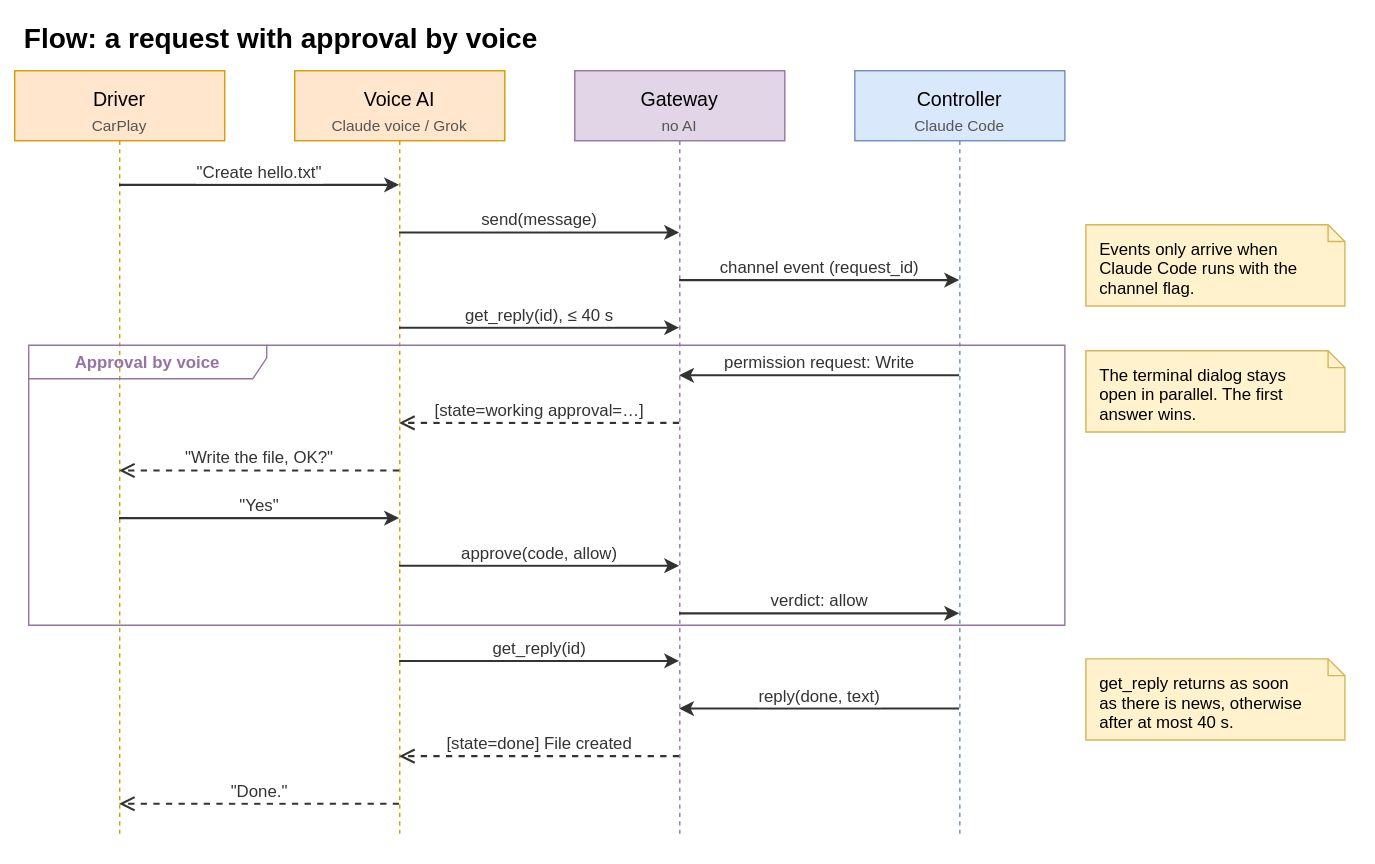
alderg/cc-voice-gateway keeps this draw.io diagram as docs/request-flow.drawio.svg. Above is the earlier version. Source tidied: cells renumbered, new cells last; positions are measured from the earlier drawing's top-left corner, leaving out a move shared by most shapes.
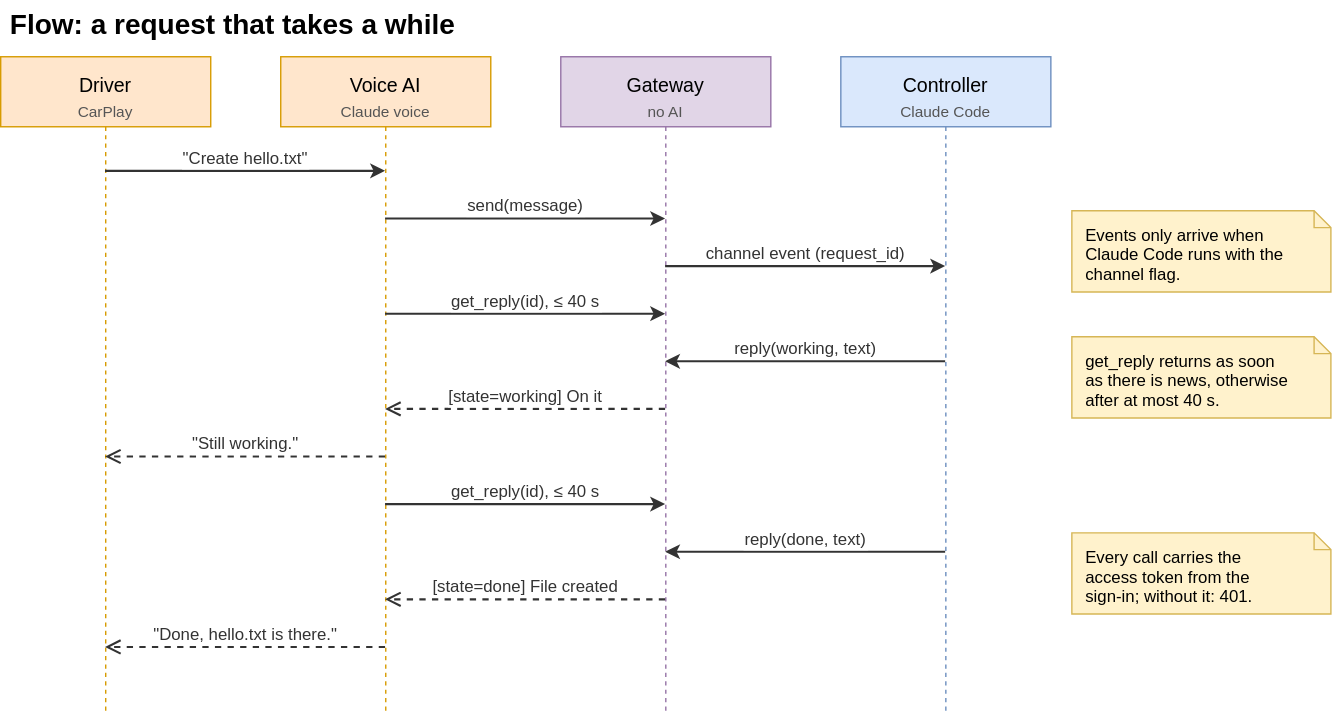
After the commit.

Change to the diagram source:
```diff
@@ -2,44 +2,41 @@
   <root>
     <mxCell id="0" />
     <mxCell id="1" parent="0" />
-    <mxCell id="2" value="Flow: a request with approval by voice" style="text;html=0;fontSize=20;align=left;verticalAlign=middle;strokeColor=none;fillColor=none;fontStyle=1;fontColor=#000000;" parent="1" vertex="1">
+    <mxCell id="2" value="Flow: a request that takes a while" style="text;html=0;fontSize=20;align=left;verticalAlign=middle;strokeColor=none;fillColor=none;fontStyle=1;fontColor=#000000;" parent="1" vertex="1">
       <mxGeometry x="5" width="920" height="30" as="geometry" />
     </mxCell>
     <mxCell id="3" value="Driver" style="shape=umlLifeline;perimeter=lifelinePerimeter;size=50;html=0;fontSize=14;fillColor=#ffe6cc;strokeColor=#d79b00;verticalAlign=top;spacingTop=6.5;" parent="1" vertex="1">
-      <mxGeometry y="40" width="150" height="545" as="geometry" />
+      <mxGeometry y="40" width="150" height="470" as="geometry" />
     </mxCell>
     <mxCell id="4" value="CarPlay" style="text;html=0;fontSize=11;fontColor=#555555;align=center;verticalAlign=top;spacing=0;strokeColor=none;fillColor=none;" parent="3" vertex="1">
       <mxGeometry y="28.3" width="150" height="13.2" as="geometry" />
     </mxCell>
     <mxCell id="5" value="Voice AI" style="shape=umlLifeline;perimeter=lifelinePerimeter;size=50;html=0;fontSize=14;fillColor=#ffe6cc;strokeColor=#d79b00;verticalAlign=top;spacingTop=6.5;" parent="1" vertex="1">
-      <mxGeometry x="200" y="40" width="150" height="545" as="geometry" />
+      <mxGeometry x="200" y="40" width="150" height="470" as="geometry" />
     </mxCell>
-    <mxCell id="6" value="Claude voice / Grok" style="text;html=0;fontSize=11;fontColor=#555555;align=center;verticalAlign=top;spacing=0;strokeColor=none;fillColor=none;" parent="5" vertex="1">
+    <mxCell id="6" value="Claude voice" style="text;html=0;fontSize=11;fontColor=#555555;align=center;verticalAlign=top;spacing=0;strokeColor=none;fillColor=none;" parent="5" vertex="1">
       <mxGeometry y="28.3" width="150" height="13.2" as="geometry" />
     </mxCell>
     <mxCell id="7" value="Gateway" style="shape=umlLifeline;perimeter=lifelinePerimeter;size=50;html=0;fontSize=14;fillColor=#e1d5e7;strokeColor=#9673a6;verticalAlign=top;spacingTop=6.5;" parent="1" vertex="1">
-      <mxGeometry x="400" y="40" width="150" height="545" as="geometry" />
+      <mxGeometry x="400" y="40" width="150" height="470" as="geometry" />
     </mxCell>
     <mxCell id="8" value="no AI" style="text;html=0;fontSize=11;fontColor=#555555;align=center;verticalAlign=top;spacing=0;strokeColor=none;fillColor=none;" parent="7" vertex="1">
       <mxGeometry y="28.3" width="150" height="13.2" as="geometry" />
     </mxCell>
     <mxCell id="9" value="Controller" style="shape=umlLifeline;perimeter=lifelinePerimeter;size=50;html=0;fontSize=14;fillColor=#dae8fc;strokeColor=#6c8ebf;verticalAlign=top;spacingTop=6.5;" parent="1" vertex="1">
-      <mxGeometry x="600" y="40" width="150" height="545" as="geometry" />
+      <mxGeometry x="600" y="40" width="150" height="470" as="geometry" />
     </mxCell>
     <mxCell id="10" value="Claude Code" style="text;html=0;fontSize=11;fontColor=#555555;align=center;verticalAlign=top;spacing=0;strokeColor=none;fillColor=none;" parent="9" vertex="1">
       <mxGeometry y="28.3" width="150" height="13.2" as="geometry" />
     </mxCell>
-    <mxCell id="11" value="Approval by voice" style="shape=umlFrame;html=0;width=170;height=24;fillColor=none;strokeColor=#9673a6;fontSize=12;fontStyle=1;fontColor=#9673a6;" parent="1" vertex="1">
-      <mxGeometry x="10" y="236" width="740" height="200" as="geometry" />
-    </mxCell>
     <mxCell id="12" value="Events only arrive when&#10;Claude Code runs with the&#10;channel flag." style="shape=note;size=12;html=0;fontSize=12;align=left;verticalAlign=top;spacingLeft=8;spacingTop=4;fillColor=#fff2cc;strokeColor=#d6b656;" parent="1" vertex="1">
       <mxGeometry x="765" y="150" width="185" height="58" as="geometry" />
     </mxCell>
-    <mxCell id="13" value="The terminal dialog stays&#10;open in parallel. The first&#10;answer wins." style="shape=note;size=12;html=0;fontSize=12;align=left;verticalAlign=top;spacingLeft=8;spacingTop=4;fillColor=#fff2cc;strokeColor=#d6b656;" parent="1" vertex="1">
-      <mxGeometry x="765" y="240" width="185" height="58" as="geometry" />
+    <mxCell id="13" value="Every call carries the&#10;access token from the&#10;sign-in; without it: 401." style="shape=note;size=12;html=0;fontSize=12;align=left;verticalAlign=top;spacingLeft=8;spacingTop=4;fillColor=#fff2cc;strokeColor=#d6b656;" parent="1" vertex="1">
+      <mxGeometry x="765" y="380" width="185" height="58" as="geometry" />
     </mxCell>
     <mxCell id="14" value="get_reply returns as soon&#10;as there is news, otherwise&#10;after at most 40 s." style="shape=note;size=12;html=0;fontSize=12;align=left;verticalAlign=top;spacingLeft=8;spacingTop=4;fillColor=#fff2cc;strokeColor=#d6b656;" parent="1" vertex="1">
-      <mxGeometry x="765" y="460" width="185" height="58" as="geometry" />
+      <mxGeometry x="765" y="240" width="185" height="58" as="geometry" />
     </mxCell>
     <mxCell id="15" value="&quot;Create hello.txt&quot;" style="edgeStyle=none;rounded=0;html=0;endArrow=classic;endFill=1;startArrow=none;strokeColor=#333333;strokeWidth=1.5;fontSize=12;fontColor=#333333;labelBackgroundColor=#ffffff;" parent="1" edge="1">
       <mxGeometry relative="1" as="geometry">
@@ -69,75 +66,54 @@
         <mxPoint y="-10" as="offset" />
       </mxGeometry>
     </mxCell>
-    <mxCell id="19" value="permission request: Write" style="edgeStyle=none;rounded=0;html=0;endArrow=classic;endFill=1;startArrow=none;strokeColor=#333333;strokeWidth=1.5;fontSize=12;fontColor=#333333;labelBackgroundColor=#ffffff;" parent="1" edge="1">
+    <mxCell id="19" value="reply(working, text)" style="edgeStyle=none;rounded=0;html=0;endArrow=classic;endFill=1;startArrow=none;strokeColor=#333333;strokeWidth=1.5;fontSize=12;fontColor=#333333;labelBackgroundColor=#ffffff;" parent="1" edge="1">
       <mxGeometry relative="1" as="geometry">
         <mxPoint x="675" y="258" as="sourcePoint" />
         <mxPoint x="475" y="258" as="targetPoint" />
         <mxPoint y="-10" as="offset" />
       </mxGeometry>
     </mxCell>
-    <mxCell id="20" value="[state=working approval=…]" style="edgeStyle=none;rounded=0;html=0;endArrow=open;endFill=0;endSize=8;startArrow=none;strokeColor=#333333;strokeWidth=1.5;fontSize=12;fontColor=#333333;labelBackgroundColor=#ffffff;dashed=1;" parent="1" edge="1">
+    <mxCell id="20" value="[state=working] On it" style="edgeStyle=none;rounded=0;html=0;endArrow=open;endFill=0;endSize=8;startArrow=none;strokeColor=#333333;strokeWidth=1.5;fontSize=12;fontColor=#333333;labelBackgroundColor=#ffffff;dashed=1;" parent="1" edge="1">
       <mxGeometry relative="1" as="geometry">
         <mxPoint x="475" y="292" as="sourcePoint" />
         <mxPoint x="275" y="292" as="targetPoint" />
         <mxPoint y="-10" as="offset" />
       </mxGeometry>
     </mxCell>
-    <mxCell id="21" value="&quot;Write the file, OK?&quot;" style="edgeStyle=none;rounded=0;html=0;endArrow=open;endFill=0;endSize=8;startArrow=none;strokeColor=#333333;strokeWidth=1.5;fontSize=12;fontColor=#333333;labelBackgroundColor=#ffffff;dashed=1;" parent="1" edge="1">
+    <mxCell id="21" value="&quot;Still working.&quot;" style="edgeStyle=none;rounded=0;html=0;endArrow=open;endFill=0;endSize=8;startArrow=none;strokeColor=#333333;strokeWidth=1.5;fontSize=12;fontColor=#333333;labelBackgroundColor=#ffffff;dashed=1;" parent="1" edge="1">
       <mxGeometry relative="1" as="geometry">
         <mxPoint x="275" y="326" as="sourcePoint" />
         <mxPoint x="75" y="326" as="targetPoint" />
         <mxPoint y="-10" as="offset" />
       </mxGeometry>
     </mxCell>
-    <mxCell id="22" value="&quot;Yes&quot;" style="edgeStyle=none;rounded=0;html=0;endArrow=classic;endFill=1;startArrow=none;strokeColor=#333333;strokeWidth=1.5;fontSize=12;fontColor=#333333;labelBackgroundColor=#ffffff;" parent="1" edge="1">
+    <mxCell id="22" value="get_reply(id), ≤ 40 s" style="edgeStyle=none;rounded=0;html=0;endArrow=classic;endFill=1;startArrow=none;strokeColor=#333333;strokeWidth=1.5;fontSize=12;fontColor=#333333;labelBackgroundColor=#ffffff;" parent="1" edge="1">
       <mxGeometry relative="1" as="geometry">
-        <mxPoint x="75" y="360" as="sourcePoint" />
-        <mxPoint x="275" y="360" as="targetPoint" />
+        <mxPoint x="275" y="360" as="sourcePoint" />
+        <mxPoint x="475" y="360" as="targetPoint" />
         <mxPoint y="-10" as="offset" />
       </mxGeometry>
     </mxCell>
-    <mxCell id="23" value="approve(code, allow)" style="edgeStyle=none;rounded=0;html=0;endArrow=classic;endFill=1;startArrow=none;strokeColor=#333333;strokeWidth=1.5;fontSize=12;fontColor=#333333;labelBackgroundColor=#ffffff;" parent="1" edge="1">
+    <mxCell id="23" value="reply(done, text)" style="edgeStyle=none;rounded=0;html=0;endArrow=classic;endFill=1;startArrow=none;strokeColor=#333333;strokeWidth=1.5;fontSize=12;fontColor=#333333;labelBackgroundColor=#ffffff;" parent="1" edge="1">
       <mxGeometry relative="1" as="geometry">
-        <mxPoint x="275" y="394" as="sourcePoint" />
+        <mxPoint x="675" y="394" as="sourcePoint" />
         <mxPoint x="475" y="394" as="targetPoint" />
         <mxPoint y="-10" as="offset" />
       </mxGeometry>
     </mxCell>
-    <mxCell id="24" value="verdict: allow" style="edgeStyle=none;rounded=0;html=0;endArrow=classic;endFill=1;startArrow=none;strokeColor=#333333;strokeWidth=1.5;fontSize=12;fontColor=#333333;labelBackgroundColor=#ffffff;" parent="1" edge="1">
+    <mxCell id="24" value="[state=done] File created" style="edgeStyle=none;rounded=0;html=0;endArrow=open;endFill=0;endSize=8;startArrow=none;strokeColor=#333333;strokeWidth=1.5;fontSize=12;fontColor=#333333;labelBackgroundColor=#ffffff;dashed=1;" parent="1" edge="1">
       <mxGeometry relative="1" as="geometry">
         <mxPoint x="475" y="428" as="sourcePoint" />
-        <mxPoint x="675" y="428" as="targetPoint" />
+        <mxPoint x="275" y="428" as="targetPoint" />
         <mxPoint y="-10" as="offset" />
       </mxGeometry>
     </mxCell>
-    <mxCell id="25" value="get_reply(id)" style="edgeStyle=none;rounded=0;html=0;endArrow=classic;endFill=1;startArrow=none;strokeColor=#333333;strokeWidth=1.5;fontSize=12;fontColor=#333333;labelBackgroundColor=#ffffff;" parent="1" edge="1">
+    <mxCell id="25" value="&quot;Done, hello.txt is there.&quot;" style="edgeStyle=none;rounded=0;html=0;endArrow=open;endFill=0;endSize=8;startArrow=none;strokeColor=#333333;strokeWidth=1.5;fontSize=12;fontColor=#333333;labelBackgroundColor=#ffffff;dashed=1;" parent="1" edge="1">
       <mxGeometry relative="1" as="geometry">
         <mxPoint x="275" y="462" as="sourcePoint" />
-        <mxPoint x="475" y="462" as="targetPoint" />
+        <mxPoint x="75" y="462" as="targetPoint" />
         <mxPoint y="-10" as="offset" />
       </mxGeometry>
     </mxCell>
-    <mxCell id="26" value="reply(done, text)" style="edgeStyle=none;rounded=0;html=0;endArrow=classic;endFill=1;startArrow=none;strokeColor=#333333;strokeWidth=1.5;fontSize=12;fontColor=#333333;labelBackgroundColor=#ffffff;" parent="1" edge="1">
-      <mxGeometry relative="1" as="geometry">
-        <mxPoint x="675" y="496" as="sourcePoint" />
-        <mxPoint x="475" y="496" as="targetPoint" />
-        <mxPoint y="-10" as="offset" />
-      </mxGeometry>
-    </mxCell>
-    <mxCell id="27" value="[state=done] File created" style="edgeStyle=none;rounded=0;html=0;endArrow=open;endFill=0;endSize=8;startArrow=none;strokeColor=#333333;strokeWidth=1.5;fontSize=12;fontColor=#333333;labelBackgroundColor=#ffffff;dashed=1;" parent="1" edge="1">
-      <mxGeometry relative="1" as="geometry">
-        <mxPoint x="475" y="530" as="sourcePoint" />
-        <mxPoint x="275" y="530" as="targetPoint" />
-        <mxPoint y="-10" as="offset" />
-      </mxGeometry>
-    </mxCell>
-    <mxCell id="28" value="&quot;Done.&quot;" style="edgeStyle=none;rounded=0;html=0;endArrow=open;endFill=0;endSize=8;startArrow=none;strokeColor=#333333;strokeWidth=1.5;fontSize=12;fontColor=#333333;labelBackgroundColor=#ffffff;dashed=1;" parent="1" edge="1">
-      <mxGeometry relative="1" as="geometry">
-        <mxPoint x="275" y="564" as="sourcePoint" />
-        <mxPoint x="75" y="564" as="targetPoint" />
-        <mxPoint y="-10" as="offset" />
-      </mxGeometry>
-    </mxCell>
   </root>
 </mxGraphModel>
```
